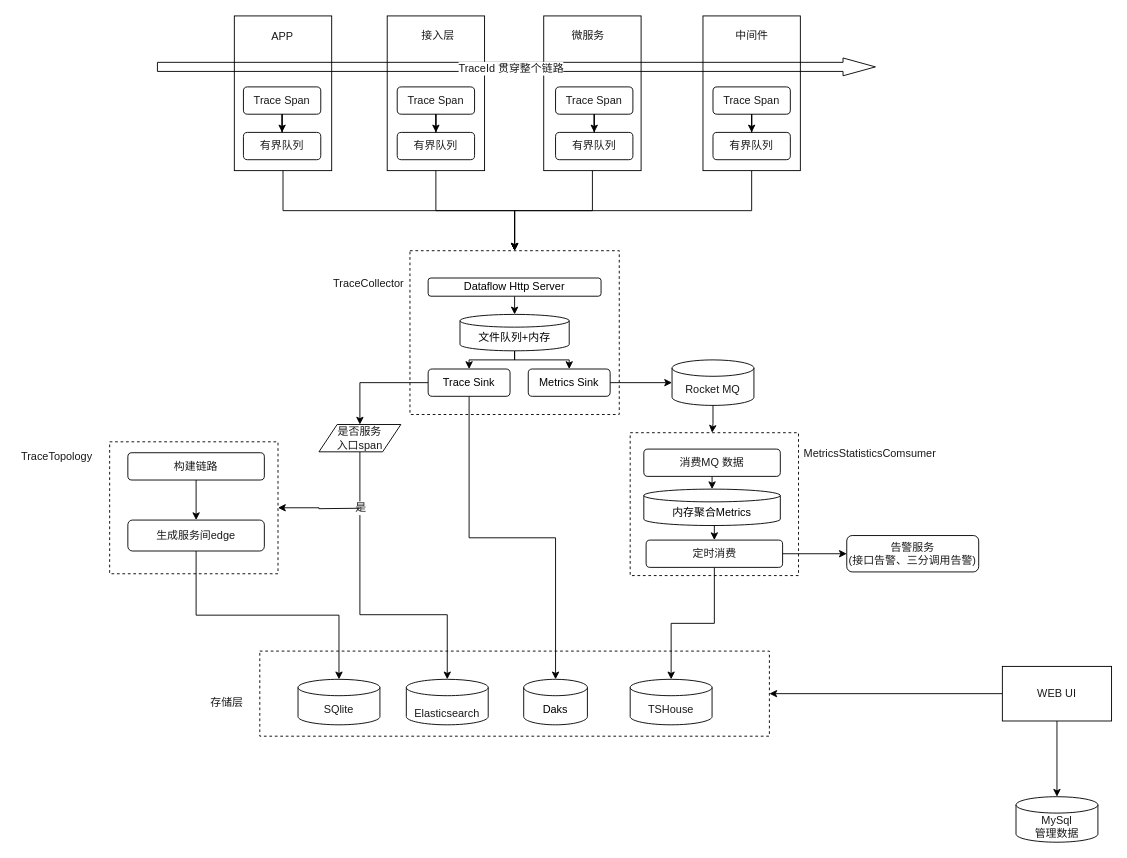
Earlier version of the draw.io diagram Trace.drawio (sj842166947/draw). Source tidied: cells renumbered, new cells numbered last; positions are measured from the earlier drawing's top-left corner, leaving out a move shared by most shapes. Both pictures are drawn from the tidied source at 91%, with x=0, y=0 at pixel (15, 15).
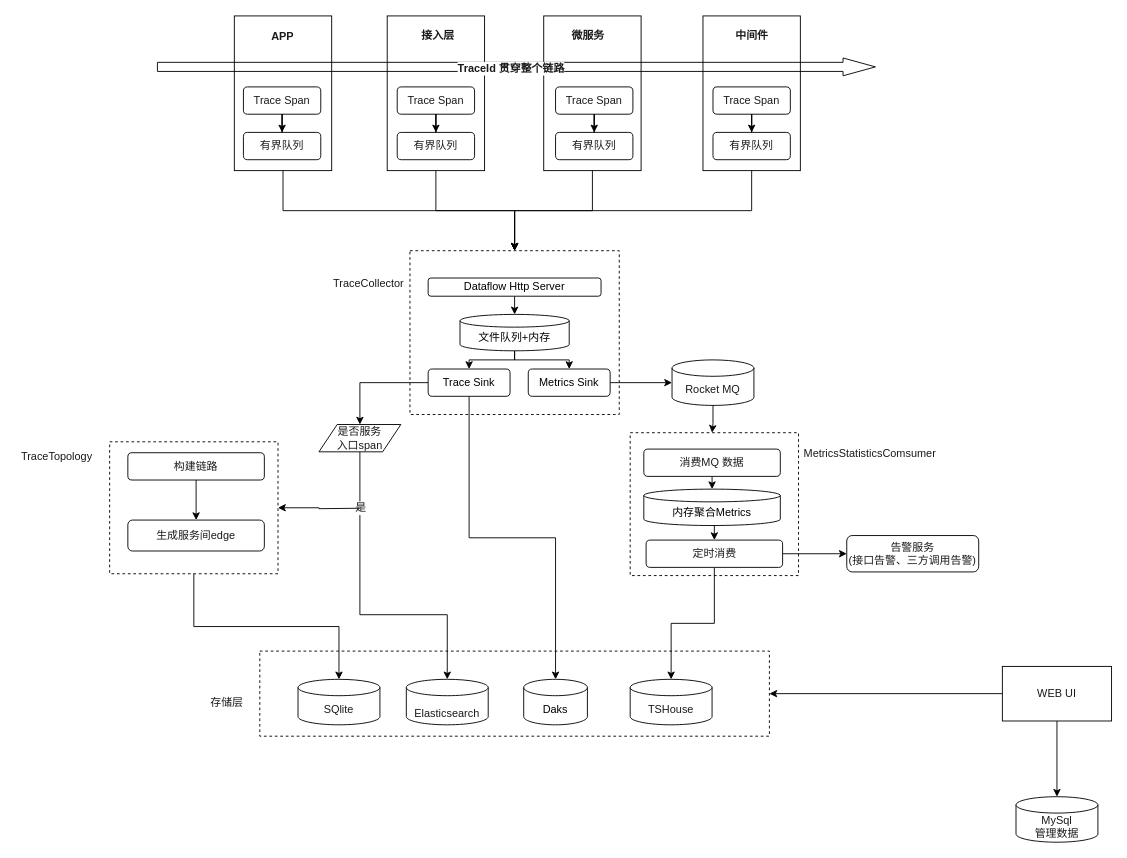
The same page after the edit.

The change refers to these unchanged cells:
```xml
<mxCell id="2" style="rounded=0;whiteSpace=wrap;html=1;fontFamily=Helvetica;fontSize=12;fontColor=#1A1A1A;dashed=1;fillColor=none;" parent="1" vertex="1">
  <mxGeometry x="103" y="468" width="185" height="145" as="geometry" />
</mxCell>
<mxCell id="38" value="生成服务间edge" style="rounded=1;whiteSpace=wrap;html=1;fontFamily=Helvetica;fontSize=12;fontColor=#1A1A1A;fillColor=default;" parent="1" vertex="1">
  <mxGeometry x="123" y="554" width="150" height="34" as="geometry" />
</mxCell>
<mxCell id="39" value="&lt;font color=&quot;#1a1a1a&quot;&gt;SQlite&lt;/font&gt;" style="shape=cylinder3;whiteSpace=wrap;html=1;boundedLbl=1;backgroundOutline=1;size=9;" parent="1" vertex="1">
  <mxGeometry x="310" y="729" width="90" height="50" as="geometry" />
</mxCell>
<mxCell id="56" style="shape=flexArrow;endArrow=classic;html=1;rounded=0;fontFamily=Helvetica;fontSize=12;fontColor=#1A1A1A;endWidth=8.571428571428571;endSize=11.52857142857143;" parent="1" edge="1">
  <mxGeometry relative="1" as="geometry">
    <mxPoint x="155" y="56" as="sourcePoint" />
    <mxPoint x="945" y="56" as="targetPoint" />
  </mxGeometry>
</mxCell>
```

Diff of the diagram source:
```diff
@@
-    <mxCell id="26" value="告警服务&lt;br&gt;(接口告警、三分调用告警)" style="rounded=1;whiteSpace=wrap;html=1;fontFamily=Helvetica;fontSize=12;fontColor=#1A1A1A;" parent="1" vertex="1">
+    <mxCell id="26" value="告警服务&lt;br&gt;(接口告警、三方调用告警)" style="rounded=1;whiteSpace=wrap;html=1;fontFamily=Helvetica;fontSize=12;fontColor=#1A1A1A;" parent="1" vertex="1">
       <mxGeometry x="913" y="571" width="145" height="40" as="geometry" />
     </mxCell>
@@
-    <mxCell id="34" style="edgeStyle=orthogonalEdgeStyle;rounded=0;jettySize=auto;html=1;exitX=0.5;exitY=1;exitDx=0;exitDy=0;entryX=0.5;entryY=0;entryDx=0;entryDy=0;entryPerimeter=0;fontFamily=Helvetica;fontSize=12;fontColor=#1A1A1A;" parent="1" edge="1" source="38" target="39">
+    <mxCell id="34" style="edgeStyle=orthogonalEdgeStyle;rounded=0;jettySize=auto;html=1;entryX=0.5;entryY=0;entryDx=0;entryDy=0;entryPerimeter=0;fontFamily=Helvetica;fontSize=12;fontColor=#1A1A1A;exitX=0.5;exitY=1;exitDx=0;exitDy=0;" parent="1" edge="1" source="2" target="39">
       <mxGeometry relative="1" as="geometry" />
     </mxCell>
@@
-    <mxCell id="52" value="APP" style="text;strokeColor=none;fillColor=none;align=left;verticalAlign=middle;spacingLeft=4;spacingRight=4;overflow=hidden;fontFamily=Helvetica;fontSize=12;fontColor=#1A1A1A;" parent="1" vertex="1">
+    <mxCell id="52" value="APP" style="text;strokeColor=none;fillColor=none;align=left;verticalAlign=middle;spacingLeft=4;spacingRight=4;overflow=hidden;fontFamily=Helvetica;fontSize=12;fontColor=#1A1A1A;fontStyle=1;" parent="1" vertex="1">
       <mxGeometry x="275" y="7" width="90" height="30" as="geometry" />
     </mxCell>
-    <mxCell id="53" value="接入层" style="text;strokeColor=none;fillColor=none;align=left;verticalAlign=middle;spacingLeft=4;spacingRight=4;overflow=hidden;fontFamily=Helvetica;fontSize=12;fontColor=#1A1A1A;" parent="1" vertex="1">
+    <mxCell id="53" value="接入层" style="text;strokeColor=none;fillColor=none;align=left;verticalAlign=middle;spacingLeft=4;spacingRight=4;overflow=hidden;fontFamily=Helvetica;fontSize=12;fontColor=#1A1A1A;fontStyle=1;" parent="1" vertex="1">
       <mxGeometry x="440" y="6" width="90" height="30" as="geometry" />
     </mxCell>
-    <mxCell id="54" value="微服务" style="text;strokeColor=none;fillColor=none;align=left;verticalAlign=middle;spacingLeft=4;spacingRight=4;overflow=hidden;fontFamily=Helvetica;fontSize=12;fontColor=#1A1A1A;" parent="1" vertex="1">
+    <mxCell id="54" value="微服务" style="text;strokeColor=none;fillColor=none;align=left;verticalAlign=middle;spacingLeft=4;spacingRight=4;overflow=hidden;fontFamily=Helvetica;fontSize=12;fontColor=#1A1A1A;fontStyle=1;" parent="1" vertex="1">
       <mxGeometry x="605" y="6" width="90" height="30" as="geometry" />
     </mxCell>
-    <mxCell id="55" value="中间件" style="text;strokeColor=none;fillColor=none;align=left;verticalAlign=middle;spacingLeft=4;spacingRight=4;overflow=hidden;fontFamily=Helvetica;fontSize=12;fontColor=#1A1A1A;" parent="1" vertex="1">
+    <mxCell id="55" value="中间件" style="text;strokeColor=none;fillColor=none;align=left;verticalAlign=middle;spacingLeft=4;spacingRight=4;overflow=hidden;fontFamily=Helvetica;fontSize=12;fontColor=#1A1A1A;fontStyle=1;" parent="1" vertex="1">
       <mxGeometry x="785" y="6" width="90" height="30" as="geometry" />
     </mxCell>
@@
-    <mxCell id="57" value="TraceId 贯穿整个链路" style="edgeLabel;html=1;align=center;verticalAlign=middle;fontSize=12;fontFamily=Helvetica;fontColor=#1A1A1A;" parent="56" vertex="1">
+    <mxCell id="57" value="&lt;b&gt;TraceId 贯穿整个链路&lt;/b&gt;" style="edgeLabel;html=1;align=center;verticalAlign=middle;fontSize=12;fontFamily=Helvetica;fontColor=#1A1A1A;" parent="56" vertex="1">
       <mxGeometry x="-0.28" y="-1" relative="1" as="geometry">
         <mxPoint x="104" as="offset" />
       </mxGeometry>
     </mxCell>
```
